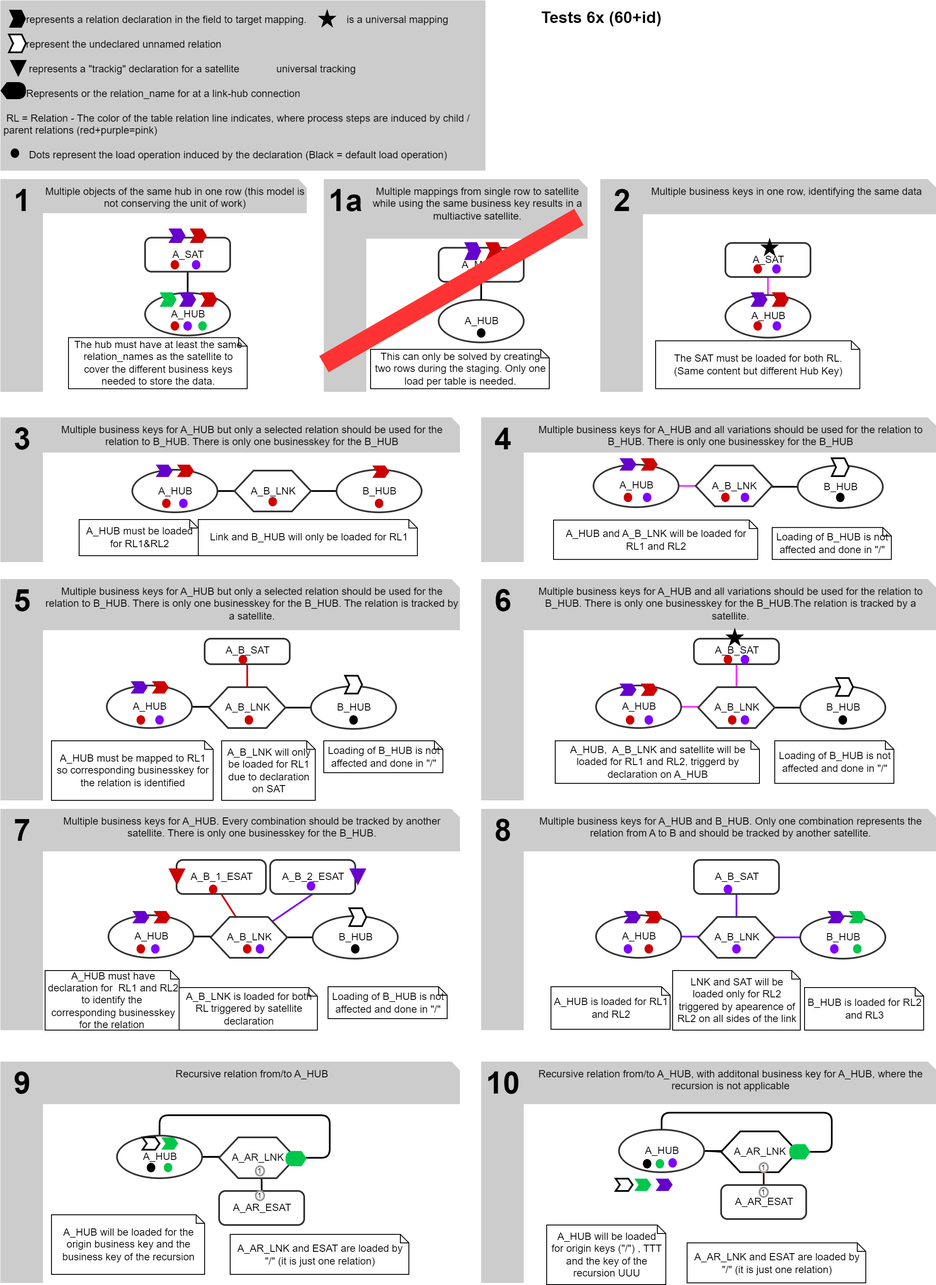
Before: documentation/images/process_generation_scenarios.drawio.png, a diagram exported from draw.io (cimt-ag/data_vault_pipelinedescription). Source tidied: cells renumbered, new cells last; positions are measured from the earlier drawing's top-left corner, leaving out a move shared by most shapes.
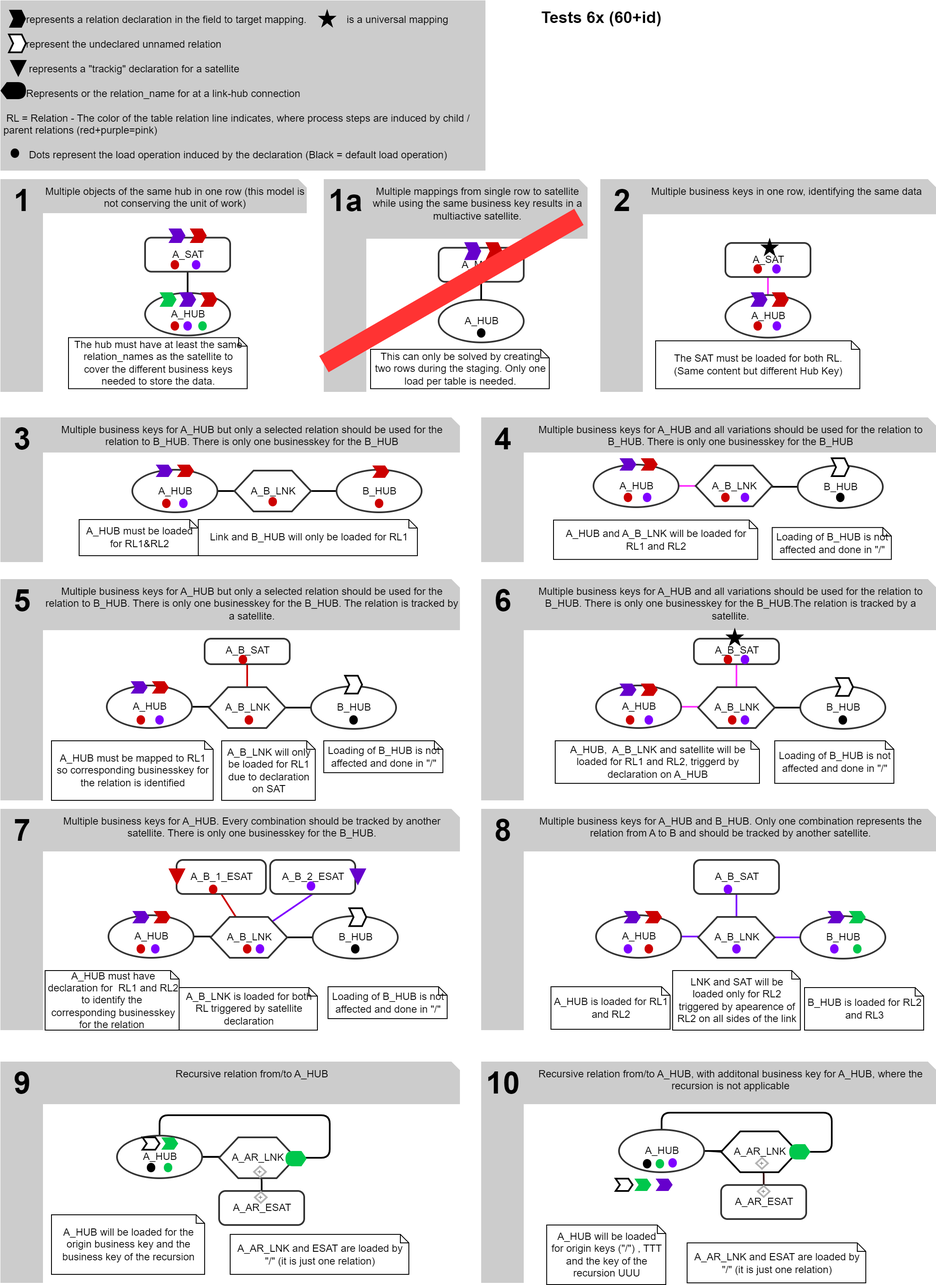
The same diagram one commit later.

Commit message:
Aligned test specs to pricniple of explicit universal mapping declaration for b keys and dc

Diff of the diagram source:
```diff
@@ -241,7 +241,7 @@
     <mxCell id="34" value="&lt;div style='width: 43.0px;height:auto;word-break: break-word;'&gt;&lt;div align=&quot;center&quot;&gt;&lt;span style=&quot;font-family: Helvetica; font-size: 36px; text-decoration: none; font-weight: bold; line-height: 36px;&quot;&gt;8&lt;/span&gt;&lt;/div&gt;&lt;/div&gt;" style="shape=rect;shadow=0;strokeWidth=0;strokeColor=none;fillColor=#cccccc;opacity=100.0;html=1;nl2Br=0;verticalAlign=top;align=center;spacingLeft=2.0;spacingRight=0;spacingTop=1.0;spacingBottom=8;whiteSpace=wrap;gliffyId=371;" parent="1" vertex="1">
       <mxGeometry x="565" y="950" width="50" height="260" as="geometry" />
     </mxCell>
-    <mxCell id="35" value="&amp;nbsp; &amp;nbsp; &amp;nbsp; &amp;nbsp; &lt;br&gt;&lt;span style=&quot;white-space: pre;&quot;&gt;&#9;&lt;/span&gt;represents a relation declaration in the field to target mapping.&lt;span style=&quot;white-space: pre;&quot;&gt;&#9;&lt;span style=&quot;white-space: pre;&quot;&gt;&#9;&lt;/span&gt;&lt;/span&gt;&amp;nbsp;is a universal mapping&lt;br&gt;&lt;br&gt;&lt;span style=&quot;white-space: pre;&quot;&gt;&#9;&lt;/span&gt;represent the undeclared unnamed relation&lt;br&gt;&lt;br&gt;&amp;nbsp; &amp;nbsp; &amp;nbsp; &amp;nbsp; &amp;nbsp;represents a &quot;trackig&quot; declaration for a satellite&amp;nbsp; &amp;nbsp; &amp;nbsp; &amp;nbsp; &amp;nbsp; &amp;nbsp; &amp;nbsp;universal tracking&lt;br&gt;&lt;br&gt;&lt;span style=&quot;white-space: pre;&quot;&gt;&#9;&lt;/span&gt;Represents or the relation_name for at a link-hub connection&lt;br&gt;&lt;br&gt;&amp;nbsp;RL = Relation - The color of the table relation line indicates, where process steps are induced by child / parent relations (red+purple=pink) &amp;nbsp;&lt;br&gt;&lt;br&gt;&lt;span style=&quot;white-space: pre;&quot;&gt;&#9;&lt;/span&gt;&amp;nbsp;Dots represent the load operation induced by the declaration (Black = default load operation)" style="shape=rect;shadow=0;strokeWidth=0;strokeColor=none;fillColor=#cccccc;opacity=100.0;nl2Br=0;verticalAlign=top;align=left;spacingLeft=2.0;spacingRight=0;spacingTop=-5.6;spacingBottom=8;gliffyId=392;html=1;whiteSpace=wrap;" parent="1" vertex="1">
+    <mxCell id="35" value="&amp;nbsp; &amp;nbsp; &amp;nbsp; &amp;nbsp; &lt;br&gt;&lt;span style=&quot;white-space: pre;&quot;&gt;&#9;&lt;/span&gt;represents a relation declaration in the field to target mapping.&lt;span style=&quot;white-space: pre;&quot;&gt;&#9;&lt;span style=&quot;white-space: pre;&quot;&gt;&#9;&lt;/span&gt;&lt;/span&gt;&amp;nbsp;is a universal mapping&lt;br&gt;&lt;br&gt;&lt;span style=&quot;white-space: pre;&quot;&gt;&#9;&lt;/span&gt;represent the undeclared unnamed relation&lt;br&gt;&lt;br&gt;&amp;nbsp; &amp;nbsp; &amp;nbsp; &amp;nbsp; &amp;nbsp;represents a &quot;trackig&quot; declaration for a satellite&amp;nbsp; &amp;nbsp; &amp;nbsp;&amp;nbsp;&lt;br&gt;&lt;br&gt;&lt;span style=&quot;white-space: pre;&quot;&gt;&#9;&lt;/span&gt;Represents or the relation_name for at a link-hub connection&lt;br&gt;&lt;br&gt;&amp;nbsp;RL = Relation - The color of the table relation line indicates, where process steps are induced by child / parent relations (red+purple=pink) &amp;nbsp;&lt;br&gt;&lt;br&gt;&lt;span style=&quot;white-space: pre;&quot;&gt;&#9;&lt;/span&gt;&amp;nbsp;Dots represent the load operation induced by the declaration (Black = default load operation)" style="shape=rect;shadow=0;strokeWidth=0;strokeColor=none;fillColor=#cccccc;opacity=100.0;nl2Br=0;verticalAlign=top;align=left;spacingLeft=2.0;spacingRight=0;spacingTop=-5.6;spacingBottom=8;gliffyId=392;html=1;whiteSpace=wrap;" parent="1" vertex="1">
       <mxGeometry width="570" height="200" as="geometry" />
     </mxCell>
     <mxCell id="36" value="&lt;div style='width: 43.0px;height:auto;word-break: break-word;'&gt;&lt;div align=&quot;center&quot;&gt;&lt;span style=&quot;font-family: Helvetica; font-size: 36px; text-decoration: none; font-weight: bold; line-height: 36px;&quot;&gt;7&lt;/span&gt;&lt;/div&gt;&lt;/div&gt;" style="shape=rect;shadow=0;strokeWidth=0;strokeColor=none;fillColor=#cccccc;opacity=100.0;html=1;nl2Br=0;verticalAlign=top;align=center;spacingLeft=2.0;spacingRight=0;spacingTop=1.0;spacingBottom=8;whiteSpace=wrap;gliffyId=373;" parent="1" vertex="1">
@@ -751,20 +751,20 @@
     <mxCell id="204" style="shape=step;perimeter=stepPerimeter;whiteSpace=wrap;html=1;fixedSize=1;size=5;fillColor=#6600CC;strokeColor=none;shadow=0;strokeWidth=2;opacity=100;spacingLeft=0.6;spacingRight=0;" parent="1" vertex="1">
       <mxGeometry x="770" y="1384.5" width="20" height="14.5" as="geometry" />
     </mxCell>
-    <mxCell id="205" value="1" style="ellipse;whiteSpace=wrap;html=1;strokeColor=#999999;fillColor=none;strokeWidth=2;fontSize=9;" parent="1" vertex="1">
-      <mxGeometry x="300" y="1370" width="10" height="11" as="geometry" />
-    </mxCell>
-    <mxCell id="206" value="1" style="ellipse;whiteSpace=wrap;html=1;strokeColor=#999999;fillColor=none;strokeWidth=2;fontSize=9;" parent="1" vertex="1">
-      <mxGeometry x="300" y="1399" width="10" height="11" as="geometry" />
-    </mxCell>
-    <mxCell id="207" value="1" style="ellipse;whiteSpace=wrap;html=1;strokeColor=#999999;fillColor=none;strokeWidth=2;fontSize=9;" parent="1" vertex="1">
-      <mxGeometry x="892" y="1366" width="10" height="11" as="geometry" />
-    </mxCell>
-    <mxCell id="208" value="1" style="ellipse;whiteSpace=wrap;html=1;strokeColor=#999999;fillColor=none;strokeWidth=2;fontSize=9;" parent="1" vertex="1">
-      <mxGeometry x="892" y="1395" width="10" height="11" as="geometry" />
-    </mxCell>
     <mxCell id="209" value="Tests 6x (60+id)" style="text;html=1;strokeColor=none;fillColor=none;align=center;verticalAlign=middle;whiteSpace=wrap;rounded=0;fontSize=19;fontStyle=1;" parent="1" vertex="1">
       <mxGeometry x="593" y="6" width="227" height="30" as="geometry" />
     </mxCell>
+    <mxCell id="210" value="+" style="rhombus;whiteSpace=wrap;html=1;fontFamily=Helvetica;fontSize=9;fontColor=#808080;fillColor=#FFFFFF;strokeWidth=2;strokeColor=#B3B3B3;" parent="1" vertex="1">
+      <mxGeometry x="888" y="1360" width="14" height="13" as="geometry" />
+    </mxCell>
+    <mxCell id="211" value="+" style="rhombus;whiteSpace=wrap;html=1;fontFamily=Helvetica;fontSize=9;fontColor=#808080;fillColor=#FFFFFF;strokeWidth=2;strokeColor=#B3B3B3;" parent="1" vertex="1">
+      <mxGeometry x="890" y="1393" width="14" height="13" as="geometry" />
+    </mxCell>
+    <mxCell id="212" value="+" style="rhombus;whiteSpace=wrap;html=1;fontFamily=Helvetica;fontSize=9;fontColor=#808080;fillColor=#FFFFFF;strokeWidth=2;strokeColor=#B3B3B3;" parent="1" vertex="1">
+      <mxGeometry x="298" y="1370" width="14" height="13" as="geometry" />
+    </mxCell>
+    <mxCell id="213" value="+" style="rhombus;whiteSpace=wrap;html=1;fontFamily=Helvetica;fontSize=9;fontColor=#808080;fillColor=#FFFFFF;strokeWidth=2;strokeColor=#B3B3B3;" parent="1" vertex="1">
+      <mxGeometry x="299" y="1400" width="14" height="13" as="geometry" />
+    </mxCell>
   </root>
 </mxGraphModel>
```
